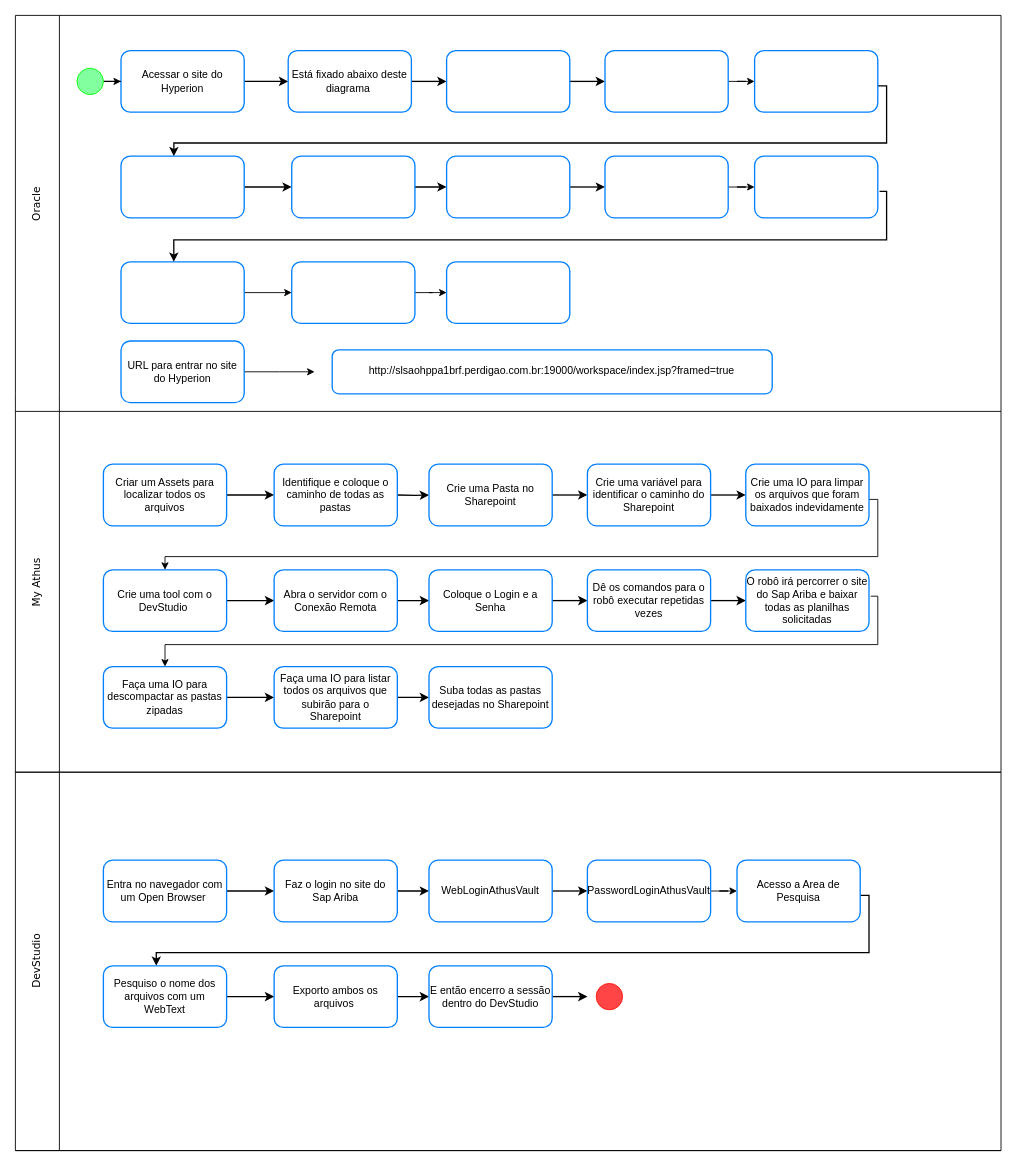
Above: Diagrama detalhado - RCT087.drawio in leopartika/Meus-Projetos (draw.io), before the change. Source tidied: cells renumbered, new cells numbered last; positions are measured from the earlier drawing's top-left corner, leaving out a move shared by most shapes. Both pictures are drawn from the tidied source at 88%, with x=0, y=0 at pixel (-3, 15).
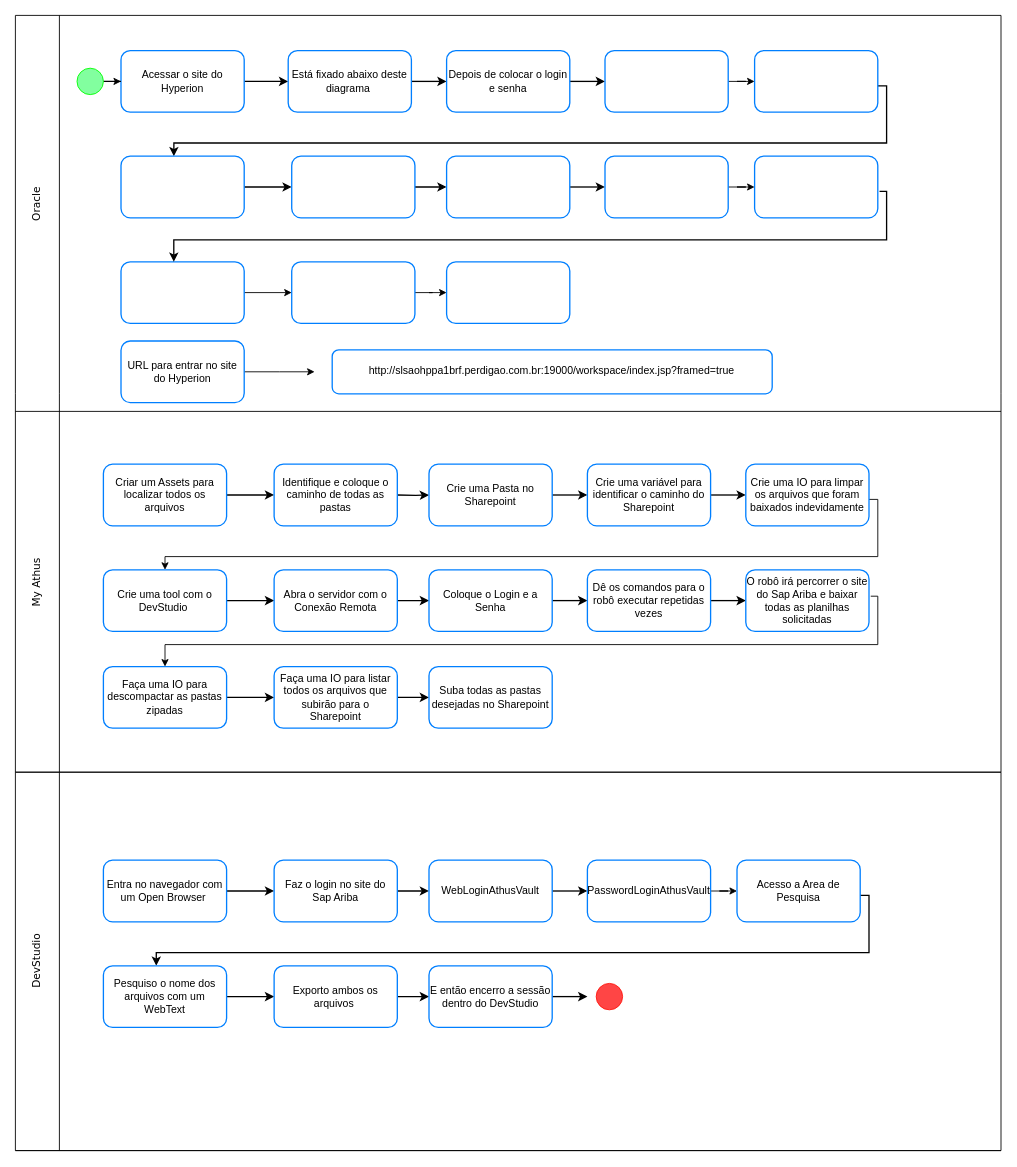
After the change.

Commit message:
Actualizar Diagrama detalhado - RCT088.drawio

Diff of the diagram source:
```diff
@@
-    <mxCell id="8" style="rounded=1;whiteSpace=wrap;html=1;strokeColor=#007FFF;strokeWidth=1.5;" parent="1" vertex="1">
+    <mxCell id="8" value="Depois de colocar o login e senha" style="rounded=1;whiteSpace=wrap;html=1;strokeColor=#007FFF;strokeWidth=1.5;" parent="1" vertex="1">
       <mxGeometry x="510" y="40" width="140" height="70" as="geometry" />
     </mxCell>
```
